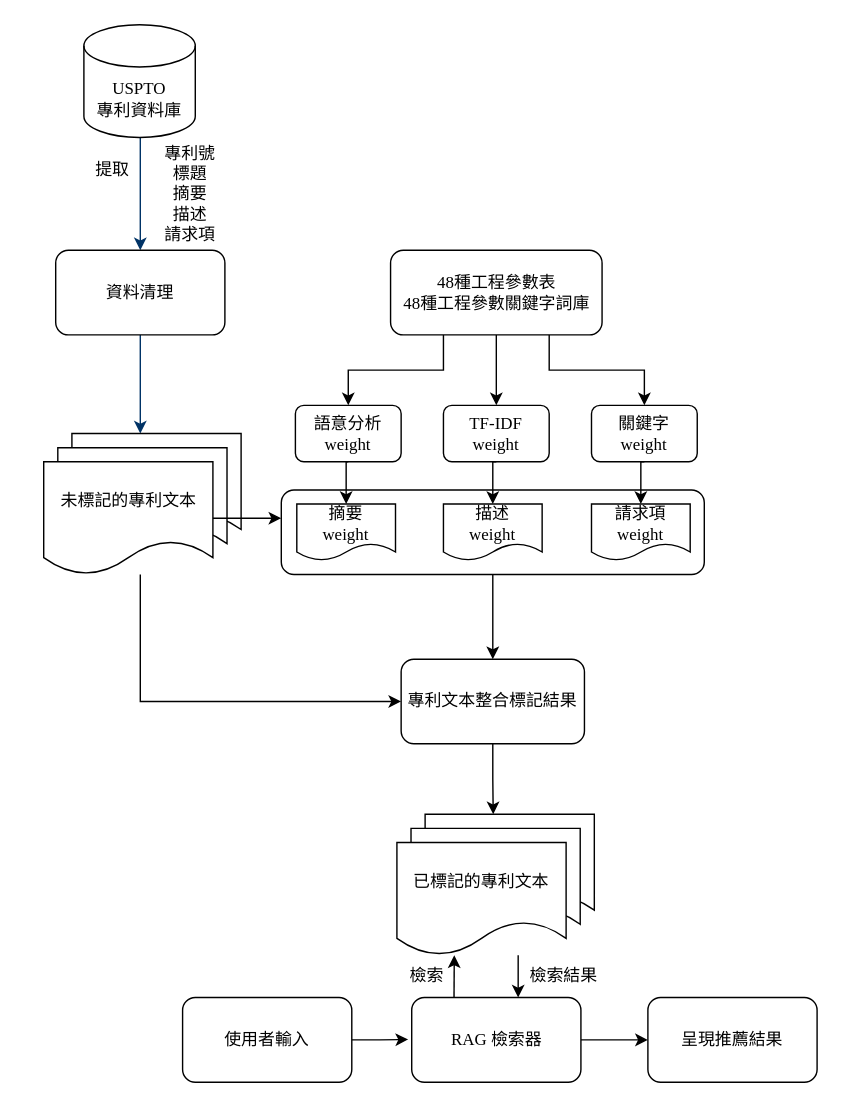
johnangel370/RAG keeps this draw.io diagram as flowchart/framwork.drawio. Above is the earlier version. Source tidied: cells renumbered, new cells numbered last; positions are measured from the earlier drawing's top-left corner, leaving out a move shared by most shapes. Both pictures are drawn from the tidied source at 141%, with x=0, y=0 at pixel (24, 24).
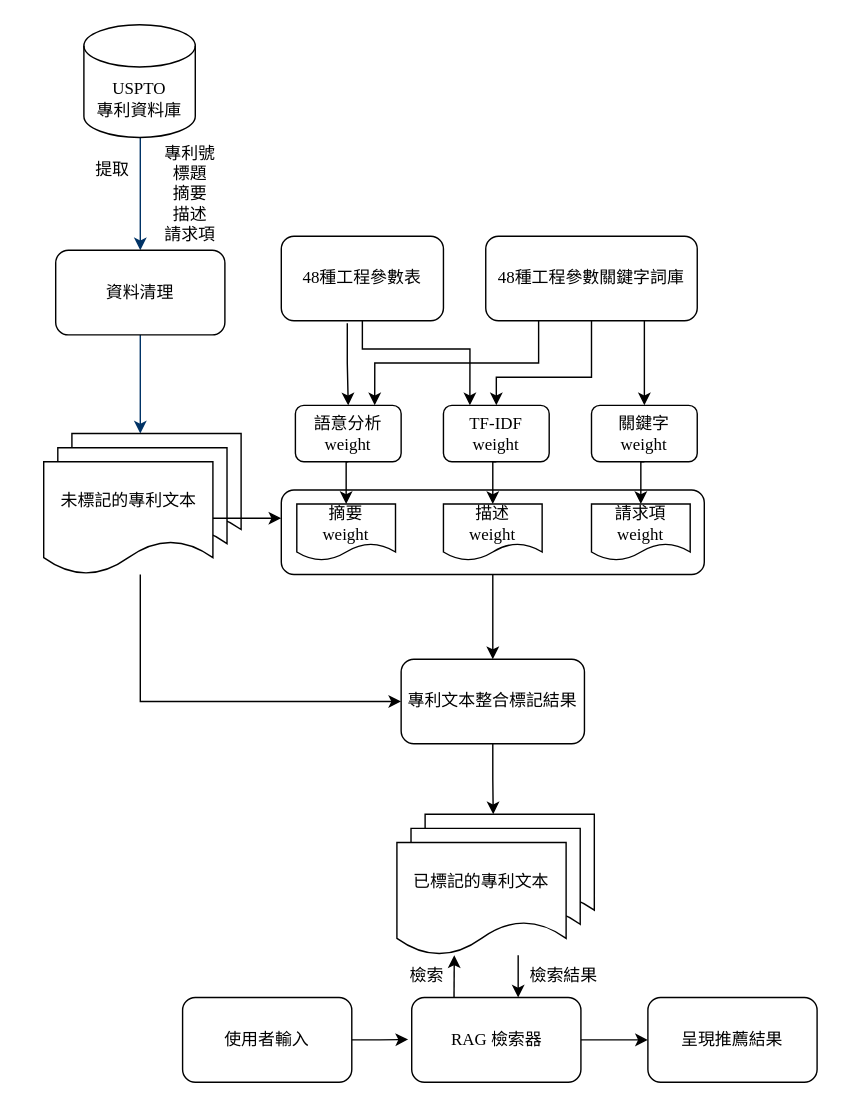
After the change.

The change refers to these unchanged cells:
```xml
<mxCell id="20" value="&lt;font face=&quot;Times New Roman&quot;&gt;TF-IDF&lt;/font&gt;&lt;div&gt;&lt;font face=&quot;Times New Roman&quot;&gt;weight&lt;/font&gt;&lt;/div&gt;" style="rounded=1;whiteSpace=wrap;html=1;" parent="1" vertex="1">
  <mxGeometry x="297" y="270" width="75" height="40" as="geometry" />
</mxCell>
<mxCell id="22" value="&lt;font face=&quot;標楷體&quot;&gt;語意分析&lt;/font&gt;&lt;div&gt;&lt;font face=&quot;Times New Roman&quot;&gt;weight&lt;/font&gt;&lt;/div&gt;" style="rounded=1;whiteSpace=wrap;html=1;" parent="1" vertex="1">
  <mxGeometry x="192" y="270" width="75" height="40" as="geometry" />
</mxCell>
```

What changed in the source:
```diff
@@
     <mxCell id="13" style="edgeStyle=orthogonalEdgeStyle;rounded=0;jettySize=auto;html=1;exitX=0.5;exitY=1;exitDx=0;exitDy=0;entryX=0.5;entryY=0;entryDx=0;entryDy=0;" parent="1" edge="1" source="16" target="20">
-      <mxGeometry relative="1" as="geometry" />
+      <mxGeometry relative="1" as="geometry">
+        <Array as="points">
+          <mxPoint x="402" y="250" />
+          <mxPoint x="335" y="250" />
+        </Array>
+      </mxGeometry>
     </mxCell>
-    <mxCell id="14" style="edgeStyle=orthogonalEdgeStyle;rounded=0;jettySize=auto;html=1;exitX=0.25;exitY=1;exitDx=0;exitDy=0;" parent="1" edge="1" source="16" target="22">
+    <mxCell id="14" style="edgeStyle=orthogonalEdgeStyle;rounded=0;jettySize=auto;html=1;exitX=0.25;exitY=1;exitDx=0;exitDy=0;entryX=0.75;entryY=0;entryDx=0;entryDy=0;" parent="1" edge="1" source="16" target="22">
       <mxGeometry relative="1" as="geometry" />
     </mxCell>
@@
-    <mxCell id="16" value="&lt;div&gt;&lt;font face=&quot;Times New Roman&quot;&gt;48&lt;/font&gt;種工程參數表&lt;font face=&quot;Times New Roman&quot;&gt;&lt;/font&gt;&lt;/div&gt;&lt;font face=&quot;Times New Roman&quot;&gt;48&lt;/font&gt;種工程參數關鍵字詞庫" style="rounded=1;whiteSpace=wrap;html=1;fontFamily=標楷體;" parent="1" vertex="1">
-      <mxGeometry x="259.5" y="160" width="150" height="60" as="geometry" />
+    <mxCell id="16" value="&lt;div&gt;&lt;font style=&quot;background-color: transparent; color: light-dark(rgb(0, 0, 0), rgb(255, 255, 255));&quot; face=&quot;Times New Roman&quot;&gt;48&lt;/font&gt;&lt;span style=&quot;background-color: transparent; color: light-dark(rgb(0, 0, 0), rgb(255, 255, 255));&quot;&gt;種工程參數關鍵字詞庫&lt;/span&gt;&lt;/div&gt;" style="rounded=1;whiteSpace=wrap;html=1;fontFamily=標楷體;" parent="1" vertex="1">
+      <mxGeometry x="327" y="150" width="150" height="60" as="geometry" />
     </mxCell>
@@
+    <mxCell id="44" style="edgeStyle=orthogonalEdgeStyle;rounded=0;jettySize=auto;html=1;exitX=0.407;exitY=1.028;exitDx=0;exitDy=0;entryX=0.5;entryY=0;entryDx=0;entryDy=0;exitPerimeter=0;" parent="1" edge="1" source="46" target="22">
+      <mxGeometry relative="1" as="geometry" />
+    </mxCell>
+    <mxCell id="45" style="edgeStyle=orthogonalEdgeStyle;rounded=0;jettySize=auto;html=1;exitX=0.5;exitY=1;exitDx=0;exitDy=0;entryX=0.25;entryY=0;entryDx=0;entryDy=0;" parent="1" edge="1" source="46" target="20">
+      <mxGeometry relative="1" as="geometry">
+        <Array as="points">
+          <mxPoint x="239" y="230" />
+          <mxPoint x="316" y="230" />
+        </Array>
+      </mxGeometry>
+    </mxCell>
+    <mxCell id="46" value="&lt;div&gt;&lt;font face=&quot;Times New Roman&quot;&gt;48&lt;/font&gt;種工程參數表&lt;/div&gt;" style="rounded=1;whiteSpace=wrap;html=1;fontFamily=標楷體;" parent="1" vertex="1">
+      <mxGeometry x="182" y="150" width="115" height="60" as="geometry" />
+    </mxCell>
```
